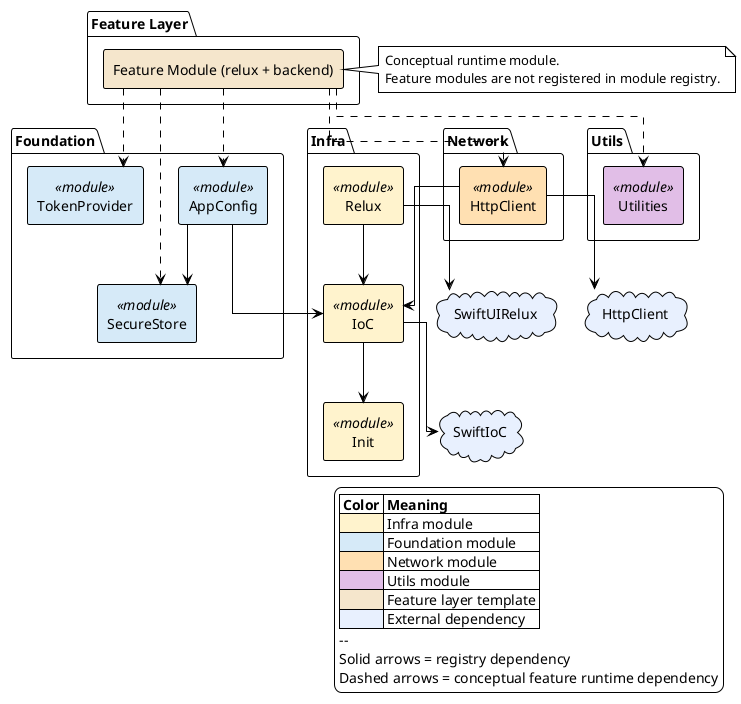
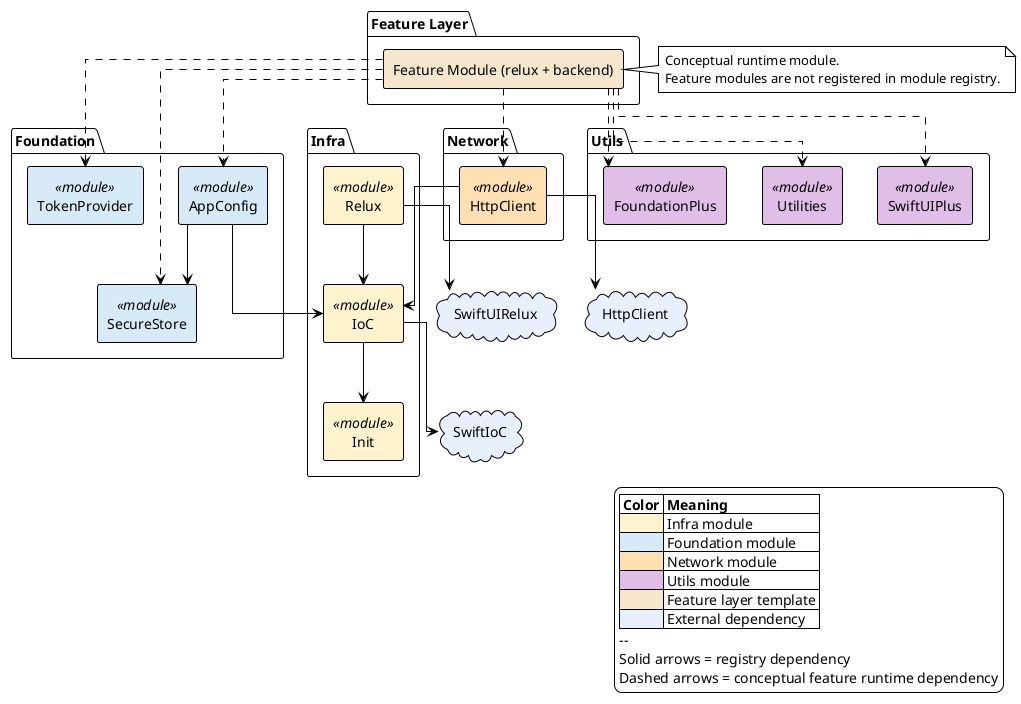
@startuml scaffolding-pipeline
!theme plain

skinparam linetype ortho
skinparam componentStyle rectangle

cloud "HttpClient" as ext_httpclient #E8F0FE
cloud "SwiftIoC" as ext_swiftioc #E8F0FE
cloud "SwiftUIRelux" as ext_swiftuirelux #E8F0FE

package "Infra" {
  component "Init" as mod_init <<module>> #FFF3CD
  component "IoC" as mod_ioc <<module>> #FFF3CD
  component "Relux" as mod_relux <<module>> #FFF3CD
}

package "Foundation" {
  component "AppConfig" as mod_app_config <<module>> #D6EAF8
  component "SecureStore" as mod_secure_store <<module>> #D6EAF8
  component "TokenProvider" as mod_token_provider <<module>> #D6EAF8
}

package "Network" {
  component "HttpClient" as mod_http_client <<module>> #FFE0B2
}

package "Utils" {
  component "Utilities" as mod_utilities <<module>> #E1BEE7
+   component "FoundationPlus" as mod_foundation_plus <<module>> #E1BEE7
+   component "SwiftUIPlus" as mod_swiftui_plus <<module>> #E1BEE7
}

package "Feature Layer" {
  [Feature Module (relux + backend)] as FeatureModule #F5E6CC
}

note right of FeatureModule
  Conceptual runtime module.
  Feature modules are not registered in module registry.
end note

FeatureModule ..> mod_app_config
FeatureModule ..> mod_secure_store
FeatureModule ..> mod_token_provider
FeatureModule ..> mod_http_client
FeatureModule ..> mod_utilities
+ FeatureModule ..> mod_foundation_plus
+ FeatureModule ..> mod_swiftui_plus

mod_ioc --> mod_init
mod_relux --> mod_ioc
mod_app_config --> mod_ioc
mod_app_config --> mod_secure_store
mod_http_client --> mod_ioc

mod_ioc --> ext_swiftioc
mod_relux --> ext_swiftuirelux
mod_http_client --> ext_httpclient

legend right
  |= Color |= Meaning |
  | <#FFF3CD> | Infra module |
  | <#D6EAF8> | Foundation module |
  | <#FFE0B2> | Network module |
  | <#E1BEE7> | Utils module |
  | <#F5E6CC> | Feature layer template |
  | <#E8F0FE> | External dependency |
  --
  Solid arrows = registry dependency
  Dashed arrows = conceptual feature runtime dependency
endlegend

@enduml
